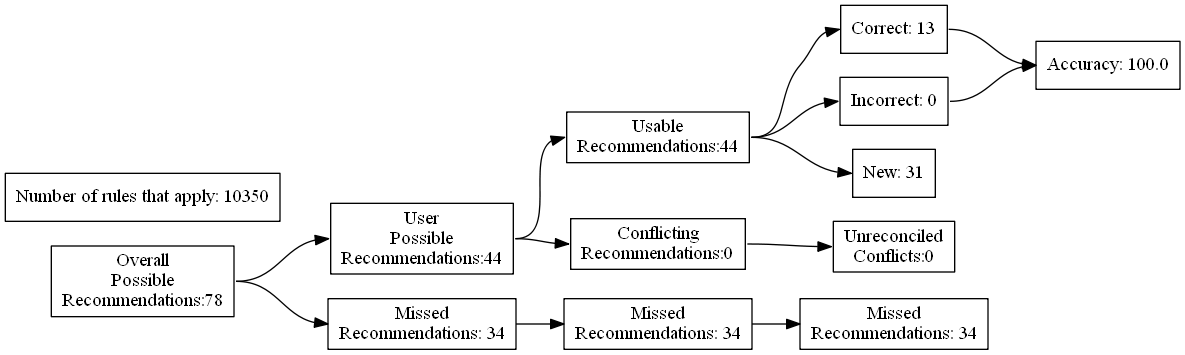
Earlier version of the Graphviz export test_renders/77.gv.png (ZaxR/ibd_diet_analysis). Its source is kept beside it as test_renders/77.gv.
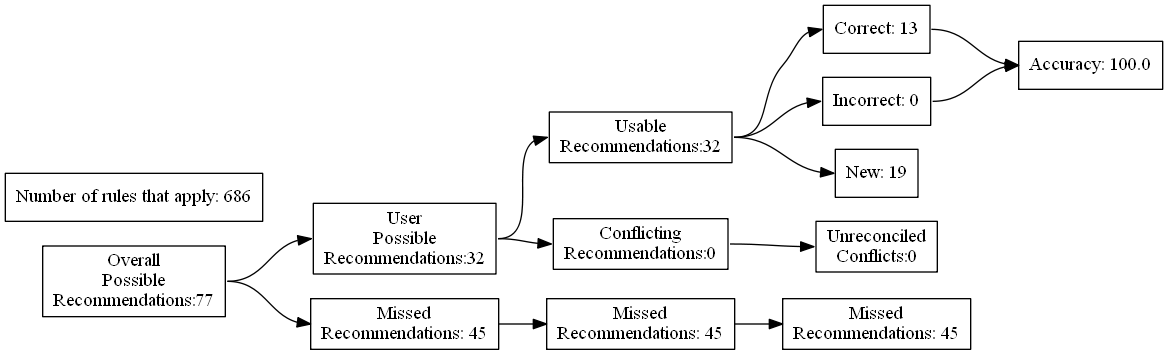
The same file after the commit.

Diff of the diagram source:
```diff
@@ -4,27 +4,27 @@
 	edge [headport=w tailport=e]
 		A [label="Overall
 Possible
-Recommendations:78"]
+Recommendations:77"]
 		B [label="User
 Possible
-Recommendations:44"]
+Recommendations:32"]
 		C [label="Missed
-Recommendations: 34"]
+Recommendations: 45"]
 		D [label="Usable
-Recommendations:44"]
+Recommendations:32"]
 		E [label="Conflicting
 Recommendations:0"]
 		J [label="Missed
-Recommendations: 34"]
+Recommendations: 45"]
 		M [label="Unreconciled
 Conflicts:0"]
 		F [label="Correct: 13"]
 		G [label="Incorrect: 0"]
-		H [label="New: 31"]
+		H [label="New: 19"]
 		K [label="Missed
-Recommendations: 34"]
+Recommendations: 45"]
 		I [label="Accuracy: 100.0"]
-		l [label="Number of rules that apply: 10350"]
+		l [label="Number of rules that apply: 686"]
 			A -> B
 			A -> C
 			B -> D
```
